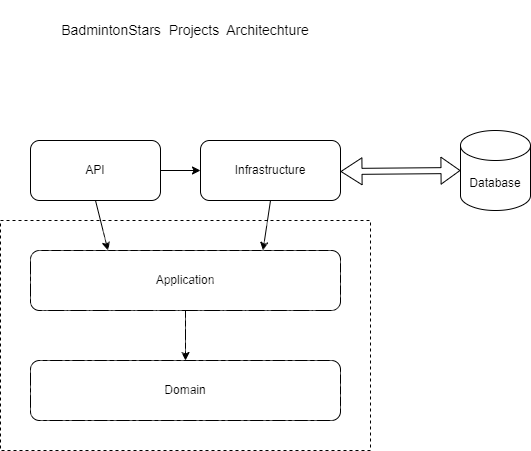
Before: Architecture Diagram.png, a diagram exported from draw.io (chaunceypeng/BadmintonStars). Source tidied: cells renumbered, new cells last; positions are measured from the earlier drawing's top-left corner, leaving out a move shared by most shapes. Its diagram source:
```xml
<mxGraphModel>
  <root>
    <mxCell id="0" />
    <mxCell id="1" parent="0" />
    <mxCell id="2" style="group;" parent="1" vertex="1">
      <mxGeometry width="530" height="450" as="geometry" />
    </mxCell>
    <mxCell id="3" value="Domain" style="rounded=1;whiteSpace=wrap;html=1;" parent="2" vertex="1">
      <mxGeometry x="30" y="360" width="310" height="60" as="geometry" />
    </mxCell>
    <mxCell id="4" value="API" style="rounded=1;whiteSpace=wrap;html=1;" parent="2" vertex="1">
      <mxGeometry x="30" y="140" width="130" height="60" as="geometry" />
    </mxCell>
    <mxCell id="5" value="Application" style="rounded=1;whiteSpace=wrap;html=1;" parent="2" vertex="1">
      <mxGeometry x="30" y="250" width="310" height="60" as="geometry" />
    </mxCell>
    <mxCell id="6" value="Infrastructure" style="rounded=1;whiteSpace=wrap;html=1;" parent="2" vertex="1">
      <mxGeometry x="200" y="140" width="140" height="60" as="geometry" />
    </mxCell>
    <mxCell id="7" value="Database" style="shape=cylinder3;whiteSpace=wrap;html=1;boundedLbl=1;backgroundOutline=1;size=15;" parent="2" vertex="1">
      <mxGeometry x="460" y="130" width="70" height="80" as="geometry" />
    </mxCell>
    <mxCell id="8" style="endArrow=classic;html=1;rounded=0;exitX=0.5;exitY=1;exitDx=0;exitDy=0;entryX=0.75;entryY=0;entryDx=0;entryDy=0;" parent="2" edge="1" source="6" target="5">
      <mxGeometry relative="1" as="geometry" />
    </mxCell>
    <mxCell id="9" style="endArrow=classic;html=1;rounded=0;exitX=0.5;exitY=1;exitDx=0;exitDy=0;entryX=0.25;entryY=0;entryDx=0;entryDy=0;" parent="2" edge="1" source="4" target="5">
      <mxGeometry relative="1" as="geometry" />
    </mxCell>
    <mxCell id="10" style="endArrow=classic;html=1;rounded=0;exitX=0.5;exitY=1;exitDx=0;exitDy=0;" parent="2" edge="1" source="5" target="3">
      <mxGeometry relative="1" as="geometry" />
    </mxCell>
    <mxCell id="11" style="endArrow=classic;html=1;rounded=0;exitX=1;exitY=0.5;exitDx=0;exitDy=0;entryX=0;entryY=0.5;entryDx=0;entryDy=0;" parent="2" edge="1" source="4" target="6">
      <mxGeometry relative="1" as="geometry" />
    </mxCell>
    <mxCell id="12" style="rounded=0;whiteSpace=wrap;html=1;dashed=1;fillStyle=cross-hatch;" parent="2" vertex="1">
      <mxGeometry y="220" width="370" height="230" as="geometry" />
    </mxCell>
    <mxCell id="13" style="shape=flexArrow;endArrow=classic;startArrow=classic;html=1;rounded=0;entryX=0;entryY=0.5;entryDx=0;entryDy=0;entryPerimeter=0;width=6;startSize=6.67;" parent="2" edge="1" target="7">
      <mxGeometry relative="1" as="geometry">
        <mxPoint x="340" y="171" as="sourcePoint" />
      </mxGeometry>
    </mxCell>
    <mxCell id="14" value="&lt;font style=&quot;font-size: 14px;&quot;&gt;BadmintonStars&amp;nbsp; Projects&amp;nbsp; Architechture&lt;/font&gt;" style="text;html=1;strokeColor=none;fillColor=none;align=center;verticalAlign=middle;whiteSpace=wrap;rounded=0;" parent="2" vertex="1">
      <mxGeometry x="45" width="280" height="60" as="geometry" />
    </mxCell>
  </root>
</mxGraphModel>
```
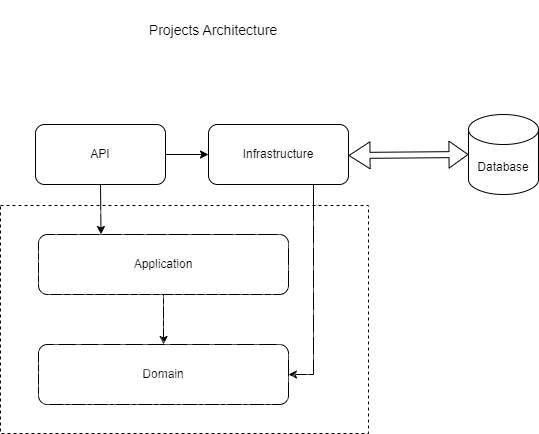
Above is the later version.

Commit message:
Updated the Architecture Diagram

Diff of the diagram source:
```diff
@@ -2,46 +2,47 @@
   <root>
     <mxCell id="0" />
     <mxCell id="1" parent="0" />
-    <mxCell id="2" style="group;" parent="1" vertex="1">
-      <mxGeometry width="530" height="450" as="geometry" />
-    </mxCell>
-    <mxCell id="3" value="Domain" style="rounded=1;whiteSpace=wrap;html=1;" parent="2" vertex="1">
-      <mxGeometry x="30" y="360" width="310" height="60" as="geometry" />
+    <mxCell id="3" value="Domain" style="rounded=1;whiteSpace=wrap;html=1;" parent="1" vertex="1">
+      <mxGeometry x="30" y="360" width="250" height="60" as="geometry" />
     </mxCell>
-    <mxCell id="4" value="API" style="rounded=1;whiteSpace=wrap;html=1;" parent="2" vertex="1">
-      <mxGeometry x="30" y="140" width="130" height="60" as="geometry" />
+    <mxCell id="4" value="API" style="rounded=1;whiteSpace=wrap;html=1;" parent="1" vertex="1">
+      <mxGeometry x="27" y="140" width="130" height="60" as="geometry" />
     </mxCell>
-    <mxCell id="5" value="Application" style="rounded=1;whiteSpace=wrap;html=1;" parent="2" vertex="1">
-      <mxGeometry x="30" y="250" width="310" height="60" as="geometry" />
+    <mxCell id="5" value="Application" style="rounded=1;whiteSpace=wrap;html=1;" parent="1" vertex="1">
+      <mxGeometry x="30" y="250" width="250" height="60" as="geometry" />
     </mxCell>
-    <mxCell id="6" value="Infrastructure" style="rounded=1;whiteSpace=wrap;html=1;" parent="2" vertex="1">
+    <mxCell id="6" value="Infrastructure" style="rounded=1;whiteSpace=wrap;html=1;" parent="1" vertex="1">
       <mxGeometry x="200" y="140" width="140" height="60" as="geometry" />
     </mxCell>
-    <mxCell id="7" value="Database" style="shape=cylinder3;whiteSpace=wrap;html=1;boundedLbl=1;backgroundOutline=1;size=15;" parent="2" vertex="1">
+    <mxCell id="7" value="Database" style="shape=cylinder3;whiteSpace=wrap;html=1;boundedLbl=1;backgroundOutline=1;size=15;" parent="1" vertex="1">
       <mxGeometry x="460" y="130" width="70" height="80" as="geometry" />
     </mxCell>
-    <mxCell id="8" style="endArrow=classic;html=1;rounded=0;exitX=0.5;exitY=1;exitDx=0;exitDy=0;entryX=0.75;entryY=0;entryDx=0;entryDy=0;" parent="2" edge="1" source="6" target="5">
-      <mxGeometry relative="1" as="geometry" />
+    <mxCell id="8" style="endArrow=classic;html=1;rounded=0;exitX=0.75;exitY=1;exitDx=0;exitDy=0;entryX=1;entryY=0.5;entryDx=0;entryDy=0;" parent="1" edge="1" source="6" target="3">
+      <mxGeometry relative="1" as="geometry">
+        <Array as="points">
+          <mxPoint x="305" y="390" />
+        </Array>
+      </mxGeometry>
     </mxCell>
-    <mxCell id="9" style="endArrow=classic;html=1;rounded=0;exitX=0.5;exitY=1;exitDx=0;exitDy=0;entryX=0.25;entryY=0;entryDx=0;entryDy=0;" parent="2" edge="1" source="4" target="5">
+    <mxCell id="9" style="endArrow=classic;html=1;rounded=0;exitX=0.5;exitY=1;exitDx=0;exitDy=0;entryX=0.25;entryY=0;entryDx=0;entryDy=0;" parent="1" edge="1" source="4" target="5">
       <mxGeometry relative="1" as="geometry" />
     </mxCell>
-    <mxCell id="10" style="endArrow=classic;html=1;rounded=0;exitX=0.5;exitY=1;exitDx=0;exitDy=0;" parent="2" edge="1" source="5" target="3">
+    <mxCell id="10" style="endArrow=classic;html=1;rounded=0;exitX=0.5;exitY=1;exitDx=0;exitDy=0;" parent="1" edge="1" source="5" target="3">
       <mxGeometry relative="1" as="geometry" />
     </mxCell>
-    <mxCell id="11" style="endArrow=classic;html=1;rounded=0;exitX=1;exitY=0.5;exitDx=0;exitDy=0;entryX=0;entryY=0.5;entryDx=0;entryDy=0;" parent="2" edge="1" source="4" target="6">
+    <mxCell id="11" style="endArrow=classic;html=1;rounded=0;exitX=1;exitY=0.5;exitDx=0;exitDy=0;entryX=0;entryY=0.5;entryDx=0;entryDy=0;" parent="1" edge="1" source="4" target="6">
       <mxGeometry relative="1" as="geometry" />
     </mxCell>
-    <mxCell id="12" style="rounded=0;whiteSpace=wrap;html=1;dashed=1;fillStyle=cross-hatch;" parent="2" vertex="1">
-      <mxGeometry y="220" width="370" height="230" as="geometry" />
+    <mxCell id="12" style="rounded=0;whiteSpace=wrap;html=1;dashed=1;fillStyle=cross-hatch;" parent="1" vertex="1">
+      <mxGeometry x="-8" y="221" width="368" height="228" as="geometry" />
     </mxCell>
-    <mxCell id="13" style="shape=flexArrow;endArrow=classic;startArrow=classic;html=1;rounded=0;entryX=0;entryY=0.5;entryDx=0;entryDy=0;entryPerimeter=0;width=6;startSize=6.67;" parent="2" edge="1" target="7">
+    <mxCell id="13" style="shape=flexArrow;endArrow=classic;startArrow=classic;html=1;rounded=0;entryX=0;entryY=0.5;entryDx=0;entryDy=0;entryPerimeter=0;width=6;startSize=6.67;" parent="1" edge="1" target="7">
       <mxGeometry relative="1" as="geometry">
         <mxPoint x="340" y="171" as="sourcePoint" />
       </mxGeometry>
     </mxCell>
-    <mxCell id="14" value="&lt;font style=&quot;font-size: 14px;&quot;&gt;BadmintonStars&amp;nbsp; Projects&amp;nbsp; Architechture&lt;/font&gt;" style="text;html=1;strokeColor=none;fillColor=none;align=center;verticalAlign=middle;whiteSpace=wrap;rounded=0;" parent="2" vertex="1">
-      <mxGeometry x="45" width="280" height="60" as="geometry" />
+    <mxCell id="14" value="&lt;font style=&quot;font-size: 14px;&quot;&gt;Projects Architecture&lt;/font&gt;" style="text;html=1;strokeColor=none;fillColor=none;align=center;verticalAlign=middle;whiteSpace=wrap;rounded=0;" parent="1" vertex="1">
+      <mxGeometry x="65" y="16" width="280" height="60" as="geometry" />
     </mxCell>
   </root>
 </mxGraphModel>
```
